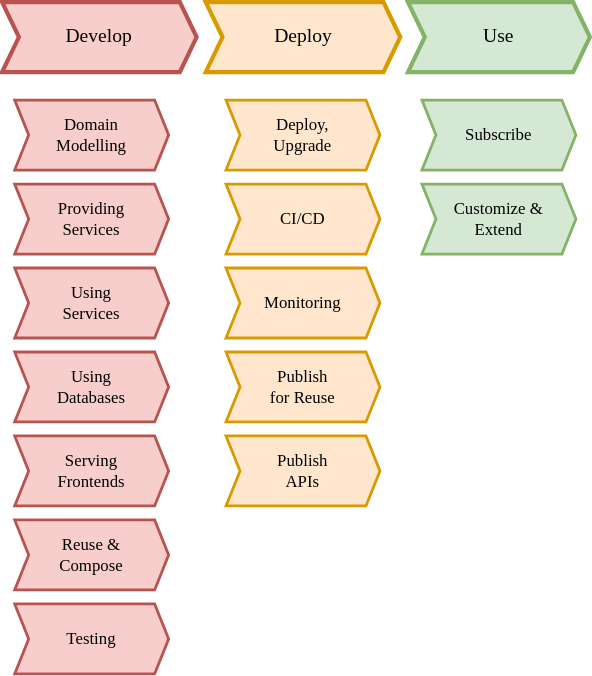
Earlier version of the draw.io export guides/assets/cookbook-overview.drawio.svg (cap-js/docs). Source tidied: cells renumbered, new cells last; positions are measured from the earlier drawing's top-left corner, leaving out a move shared by most shapes. The source it was exported from:
```xml
<mxGraphModel>
  <root>
    <mxCell id="0" />
    <mxCell id="1" parent="0" />
    <mxCell id="2" value="Domain &lt;br&gt;Modelling" style="shape=step;perimeter=stepPerimeter;whiteSpace=wrap;html=1;fixedSize=1;size=10;fillColor=#f8cecc;strokeColor=#b85450;fontFamily=Avenir Next Medium;strokeWidth=2;" parent="1" vertex="1">
      <mxGeometry x="9" y="70" width="110" height="50" as="geometry" />
    </mxCell>
    <mxCell id="3" value="Providing&lt;br&gt;Services" style="shape=step;perimeter=stepPerimeter;whiteSpace=wrap;html=1;fixedSize=1;size=10;fillColor=#f8cecc;strokeColor=#b85450;fontFamily=Avenir Next Medium;strokeWidth=2;" parent="1" vertex="1">
      <mxGeometry x="9" y="130" width="110" height="50" as="geometry" />
    </mxCell>
    <mxCell id="4" value="Using &lt;br&gt;Services" style="shape=step;perimeter=stepPerimeter;whiteSpace=wrap;html=1;fixedSize=1;size=10;fillColor=#f8cecc;strokeColor=#b85450;fontFamily=Avenir Next Medium;strokeWidth=2;" parent="1" vertex="1">
      <mxGeometry x="9" y="190" width="110" height="50" as="geometry" />
    </mxCell>
    <mxCell id="5" value="Using&lt;br&gt;Databases" style="shape=step;perimeter=stepPerimeter;whiteSpace=wrap;html=1;fixedSize=1;size=10;fillColor=#f8cecc;strokeColor=#b85450;fontFamily=Avenir Next Medium;strokeWidth=2;" parent="1" vertex="1">
      <mxGeometry x="9" y="250" width="110" height="50" as="geometry" />
    </mxCell>
    <mxCell id="6" value="Develop" style="shape=step;perimeter=stepPerimeter;whiteSpace=wrap;html=1;fixedSize=1;size=12;fillColor=#f8cecc;strokeColor=#b85450;strokeWidth=3;fontSize=14;fontFamily=Avenir Next Medium;" parent="1" vertex="1">
      <mxGeometry width="139" height="50" as="geometry" />
    </mxCell>
    <mxCell id="7" value="Deploy" style="shape=step;perimeter=stepPerimeter;whiteSpace=wrap;html=1;fixedSize=1;size=12;fillColor=#ffe6cc;strokeColor=#d79b00;strokeWidth=3;fontSize=14;fontFamily=Avenir Next Medium;" parent="1" vertex="1">
      <mxGeometry x="145.5" width="139" height="50" as="geometry" />
    </mxCell>
    <mxCell id="8" value="Serving &lt;br&gt;Frontends" style="shape=step;perimeter=stepPerimeter;whiteSpace=wrap;html=1;fixedSize=1;size=10;fillColor=#f8cecc;strokeColor=#b85450;fontFamily=Avenir Next Medium;strokeWidth=2;" parent="1" vertex="1">
      <mxGeometry x="9" y="310" width="110" height="50" as="geometry" />
    </mxCell>
    <mxCell id="9" value="Deploy,&amp;nbsp;&lt;br&gt;Upgrade" style="shape=step;perimeter=stepPerimeter;whiteSpace=wrap;html=1;fixedSize=1;size=10;fillColor=#ffe6cc;strokeColor=#d79b00;fontFamily=Avenir Next Medium;strokeWidth=2;" parent="1" vertex="1">
      <mxGeometry x="160" y="70" width="110" height="50" as="geometry" />
    </mxCell>
    <mxCell id="10" value="Monitoring" style="shape=step;perimeter=stepPerimeter;whiteSpace=wrap;html=1;fixedSize=1;size=10;fillColor=#ffe6cc;strokeColor=#d79b00;fontFamily=Avenir Next Medium;strokeWidth=2;" parent="1" vertex="1">
      <mxGeometry x="160" y="190" width="110" height="50" as="geometry" />
    </mxCell>
    <mxCell id="11" value="Customize &amp;amp;&lt;br&gt;Extend" style="shape=step;perimeter=stepPerimeter;whiteSpace=wrap;html=1;fixedSize=1;size=10;fillColor=#d5e8d4;strokeColor=#82b366;fontFamily=Avenir Next Medium;strokeWidth=2;" parent="1" vertex="1">
      <mxGeometry x="300" y="130" width="110" height="50" as="geometry" />
    </mxCell>
    <mxCell id="12" value="Reuse &amp;amp; &lt;br&gt;Compose" style="shape=step;perimeter=stepPerimeter;whiteSpace=wrap;html=1;fixedSize=1;size=10;fillColor=#f8cecc;strokeColor=#b85450;fontFamily=Avenir Next Medium;strokeWidth=2;" parent="1" vertex="1">
      <mxGeometry x="9" y="370" width="110" height="50" as="geometry" />
    </mxCell>
    <mxCell id="13" value="Use" style="shape=step;perimeter=stepPerimeter;whiteSpace=wrap;html=1;fixedSize=1;size=12;fillColor=#d5e8d4;strokeColor=#82b366;strokeWidth=3;fontSize=14;fontFamily=Avenir Next Medium;" parent="1" vertex="1">
      <mxGeometry x="290" width="130" height="50" as="geometry" />
    </mxCell>
    <mxCell id="14" value="CI/CD" style="shape=step;perimeter=stepPerimeter;whiteSpace=wrap;html=1;fixedSize=1;size=10;fillColor=#ffe6cc;strokeColor=#d79b00;fontFamily=Avenir Next Medium;strokeWidth=2;" parent="1" vertex="1">
      <mxGeometry x="160" y="130" width="110" height="50" as="geometry" />
    </mxCell>
    <mxCell id="15" value="Publish &lt;br&gt;for Reuse" style="shape=step;perimeter=stepPerimeter;whiteSpace=wrap;html=1;fixedSize=1;size=10;fillColor=#ffe6cc;strokeColor=#d79b00;fontFamily=Avenir Next Medium;strokeWidth=2;" parent="1" vertex="1">
      <mxGeometry x="160" y="250" width="110" height="50" as="geometry" />
    </mxCell>
    <mxCell id="16" value="Publish &lt;br&gt;APIs" style="shape=step;perimeter=stepPerimeter;whiteSpace=wrap;html=1;fixedSize=1;size=10;fillColor=#ffe6cc;strokeColor=#d79b00;fontFamily=Avenir Next Medium;strokeWidth=2;" parent="1" vertex="1">
      <mxGeometry x="160" y="310" width="110" height="50" as="geometry" />
    </mxCell>
    <mxCell id="17" value="Subscribe" style="shape=step;perimeter=stepPerimeter;whiteSpace=wrap;html=1;fixedSize=1;size=10;fillColor=#d5e8d4;strokeColor=#82b366;fontFamily=Avenir Next Medium;strokeWidth=2;" parent="1" vertex="1">
      <mxGeometry x="300" y="70" width="110" height="50" as="geometry" />
    </mxCell>
    <mxCell id="18" value="Testing" style="shape=step;perimeter=stepPerimeter;whiteSpace=wrap;html=1;fixedSize=1;size=10;fillColor=#f8cecc;strokeColor=#b85450;fontFamily=Avenir Next Medium;strokeWidth=2;" parent="1" vertex="1">
      <mxGeometry x="9" y="430" width="110" height="50" as="geometry" />
    </mxCell>
  </root>
</mxGraphModel>
```
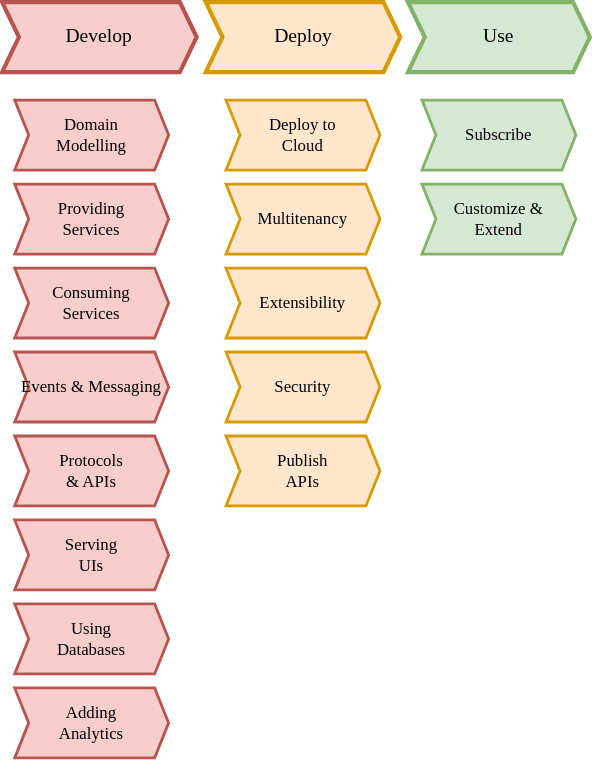
The same file after the commit.

Commit message:
New coobook structure

What changed in the source:
```diff
@@ -8,11 +8,11 @@
     <mxCell id="3" value="Providing&lt;br&gt;Services" style="shape=step;perimeter=stepPerimeter;whiteSpace=wrap;html=1;fixedSize=1;size=10;fillColor=#f8cecc;strokeColor=#b85450;fontFamily=Avenir Next Medium;strokeWidth=2;" parent="1" vertex="1">
       <mxGeometry x="9" y="130" width="110" height="50" as="geometry" />
     </mxCell>
-    <mxCell id="4" value="Using &lt;br&gt;Services" style="shape=step;perimeter=stepPerimeter;whiteSpace=wrap;html=1;fixedSize=1;size=10;fillColor=#f8cecc;strokeColor=#b85450;fontFamily=Avenir Next Medium;strokeWidth=2;" parent="1" vertex="1">
+    <mxCell id="4" value="Consuming&lt;br&gt;Services" style="shape=step;perimeter=stepPerimeter;whiteSpace=wrap;html=1;fixedSize=1;size=10;fillColor=#f8cecc;strokeColor=#b85450;fontFamily=Avenir Next Medium;strokeWidth=2;" parent="1" vertex="1">
       <mxGeometry x="9" y="190" width="110" height="50" as="geometry" />
     </mxCell>
     <mxCell id="5" value="Using&lt;br&gt;Databases" style="shape=step;perimeter=stepPerimeter;whiteSpace=wrap;html=1;fixedSize=1;size=10;fillColor=#f8cecc;strokeColor=#b85450;fontFamily=Avenir Next Medium;strokeWidth=2;" parent="1" vertex="1">
-      <mxGeometry x="9" y="250" width="110" height="50" as="geometry" />
+      <mxGeometry x="9" y="430" width="110" height="50" as="geometry" />
     </mxCell>
     <mxCell id="6" value="Develop" style="shape=step;perimeter=stepPerimeter;whiteSpace=wrap;html=1;fixedSize=1;size=12;fillColor=#f8cecc;strokeColor=#b85450;strokeWidth=3;fontSize=14;fontFamily=Avenir Next Medium;" parent="1" vertex="1">
       <mxGeometry width="139" height="50" as="geometry" />
@@ -20,38 +20,41 @@
     <mxCell id="7" value="Deploy" style="shape=step;perimeter=stepPerimeter;whiteSpace=wrap;html=1;fixedSize=1;size=12;fillColor=#ffe6cc;strokeColor=#d79b00;strokeWidth=3;fontSize=14;fontFamily=Avenir Next Medium;" parent="1" vertex="1">
       <mxGeometry x="145.5" width="139" height="50" as="geometry" />
     </mxCell>
-    <mxCell id="8" value="Serving &lt;br&gt;Frontends" style="shape=step;perimeter=stepPerimeter;whiteSpace=wrap;html=1;fixedSize=1;size=10;fillColor=#f8cecc;strokeColor=#b85450;fontFamily=Avenir Next Medium;strokeWidth=2;" parent="1" vertex="1">
-      <mxGeometry x="9" y="310" width="110" height="50" as="geometry" />
+    <mxCell id="8" value="Serving &lt;br&gt;UIs" style="shape=step;perimeter=stepPerimeter;whiteSpace=wrap;html=1;fixedSize=1;size=10;fillColor=#f8cecc;strokeColor=#b85450;fontFamily=Avenir Next Medium;strokeWidth=2;" parent="1" vertex="1">
+      <mxGeometry x="9" y="370" width="110" height="50" as="geometry" />
     </mxCell>
-    <mxCell id="9" value="Deploy,&amp;nbsp;&lt;br&gt;Upgrade" style="shape=step;perimeter=stepPerimeter;whiteSpace=wrap;html=1;fixedSize=1;size=10;fillColor=#ffe6cc;strokeColor=#d79b00;fontFamily=Avenir Next Medium;strokeWidth=2;" parent="1" vertex="1">
+    <mxCell id="9" value="Deploy to &lt;br&gt;Cloud" style="shape=step;perimeter=stepPerimeter;whiteSpace=wrap;html=1;fixedSize=1;size=10;fillColor=#ffe6cc;strokeColor=#d79b00;fontFamily=Avenir Next Medium;strokeWidth=2;" parent="1" vertex="1">
       <mxGeometry x="160" y="70" width="110" height="50" as="geometry" />
     </mxCell>
-    <mxCell id="10" value="Monitoring" style="shape=step;perimeter=stepPerimeter;whiteSpace=wrap;html=1;fixedSize=1;size=10;fillColor=#ffe6cc;strokeColor=#d79b00;fontFamily=Avenir Next Medium;strokeWidth=2;" parent="1" vertex="1">
+    <mxCell id="10" value="Extensibility" style="shape=step;perimeter=stepPerimeter;whiteSpace=wrap;html=1;fixedSize=1;size=10;fillColor=#ffe6cc;strokeColor=#d79b00;fontFamily=Avenir Next Medium;strokeWidth=2;" parent="1" vertex="1">
       <mxGeometry x="160" y="190" width="110" height="50" as="geometry" />
     </mxCell>
     <mxCell id="11" value="Customize &amp;amp;&lt;br&gt;Extend" style="shape=step;perimeter=stepPerimeter;whiteSpace=wrap;html=1;fixedSize=1;size=10;fillColor=#d5e8d4;strokeColor=#82b366;fontFamily=Avenir Next Medium;strokeWidth=2;" parent="1" vertex="1">
       <mxGeometry x="300" y="130" width="110" height="50" as="geometry" />
     </mxCell>
-    <mxCell id="12" value="Reuse &amp;amp; &lt;br&gt;Compose" style="shape=step;perimeter=stepPerimeter;whiteSpace=wrap;html=1;fixedSize=1;size=10;fillColor=#f8cecc;strokeColor=#b85450;fontFamily=Avenir Next Medium;strokeWidth=2;" parent="1" vertex="1">
-      <mxGeometry x="9" y="370" width="110" height="50" as="geometry" />
-    </mxCell>
     <mxCell id="13" value="Use" style="shape=step;perimeter=stepPerimeter;whiteSpace=wrap;html=1;fixedSize=1;size=12;fillColor=#d5e8d4;strokeColor=#82b366;strokeWidth=3;fontSize=14;fontFamily=Avenir Next Medium;" parent="1" vertex="1">
       <mxGeometry x="290" width="130" height="50" as="geometry" />
     </mxCell>
-    <mxCell id="14" value="CI/CD" style="shape=step;perimeter=stepPerimeter;whiteSpace=wrap;html=1;fixedSize=1;size=10;fillColor=#ffe6cc;strokeColor=#d79b00;fontFamily=Avenir Next Medium;strokeWidth=2;" parent="1" vertex="1">
+    <mxCell id="14" value="Multitenancy" style="shape=step;perimeter=stepPerimeter;whiteSpace=wrap;html=1;fixedSize=1;size=10;fillColor=#ffe6cc;strokeColor=#d79b00;fontFamily=Avenir Next Medium;strokeWidth=2;" parent="1" vertex="1">
       <mxGeometry x="160" y="130" width="110" height="50" as="geometry" />
     </mxCell>
-    <mxCell id="15" value="Publish &lt;br&gt;for Reuse" style="shape=step;perimeter=stepPerimeter;whiteSpace=wrap;html=1;fixedSize=1;size=10;fillColor=#ffe6cc;strokeColor=#d79b00;fontFamily=Avenir Next Medium;strokeWidth=2;" parent="1" vertex="1">
-      <mxGeometry x="160" y="250" width="110" height="50" as="geometry" />
-    </mxCell>
     <mxCell id="16" value="Publish &lt;br&gt;APIs" style="shape=step;perimeter=stepPerimeter;whiteSpace=wrap;html=1;fixedSize=1;size=10;fillColor=#ffe6cc;strokeColor=#d79b00;fontFamily=Avenir Next Medium;strokeWidth=2;" parent="1" vertex="1">
       <mxGeometry x="160" y="310" width="110" height="50" as="geometry" />
     </mxCell>
     <mxCell id="17" value="Subscribe" style="shape=step;perimeter=stepPerimeter;whiteSpace=wrap;html=1;fixedSize=1;size=10;fillColor=#d5e8d4;strokeColor=#82b366;fontFamily=Avenir Next Medium;strokeWidth=2;" parent="1" vertex="1">
       <mxGeometry x="300" y="70" width="110" height="50" as="geometry" />
     </mxCell>
-    <mxCell id="18" value="Testing" style="shape=step;perimeter=stepPerimeter;whiteSpace=wrap;html=1;fixedSize=1;size=10;fillColor=#f8cecc;strokeColor=#b85450;fontFamily=Avenir Next Medium;strokeWidth=2;" parent="1" vertex="1">
-      <mxGeometry x="9" y="430" width="110" height="50" as="geometry" />
-    </mxCell>
+    <mxCell id="19" value="Events &amp;amp; Messaging" style="shape=step;perimeter=stepPerimeter;whiteSpace=wrap;html=1;fixedSize=1;size=10;fillColor=#f8cecc;strokeColor=#b85450;fontFamily=Avenir Next Medium;strokeWidth=2;" parent="1" vertex="1">
+      <mxGeometry x="9" y="250" width="110" height="50" as="geometry" />
+    </mxCell>
+    <mxCell id="20" value="Protocols &lt;br&gt;&amp;amp; APIs" style="shape=step;perimeter=stepPerimeter;whiteSpace=wrap;html=1;fixedSize=1;size=10;fillColor=#f8cecc;strokeColor=#b85450;fontFamily=Avenir Next Medium;strokeWidth=2;" parent="1" vertex="1">
+      <mxGeometry x="9" y="310" width="110" height="50" as="geometry" />
+    </mxCell>
+    <mxCell id="21" value="Adding &lt;br&gt;Analytics" style="shape=step;perimeter=stepPerimeter;whiteSpace=wrap;html=1;fixedSize=1;size=10;fillColor=#f8cecc;strokeColor=#b85450;fontFamily=Avenir Next Medium;strokeWidth=2;" parent="1" vertex="1">
+      <mxGeometry x="9" y="490" width="110" height="50" as="geometry" />
+    </mxCell>
+    <mxCell id="22" value="Security" style="shape=step;perimeter=stepPerimeter;whiteSpace=wrap;html=1;fixedSize=1;size=10;fillColor=#ffe6cc;strokeColor=#d79b00;fontFamily=Avenir Next Medium;strokeWidth=2;" parent="1" vertex="1">
+      <mxGeometry x="160" y="250" width="110" height="50" as="geometry" />
+    </mxCell>
   </root>
 </mxGraphModel>
```
